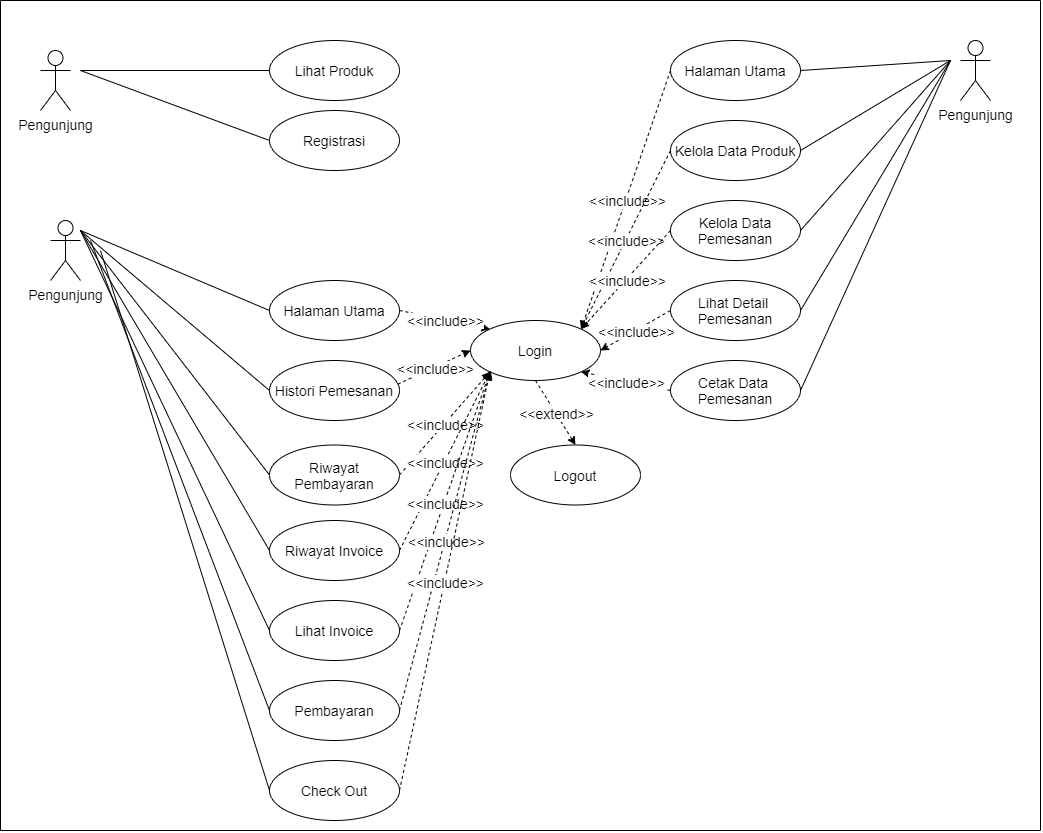
Earlier version of the draw.io export SKRIPSI ADITYA HIDAYATULLAH/ARSIP/USE CASE DIAGRAM/DESAIN DIAGRAM ADTYA HIDAYATULLAH-UCD.png (Khairul122/JK-WebEcommerce-ED). Source tidied: cells renumbered, new cells last; positions are measured from the earlier drawing's top-left corner, leaving out a move shared by most shapes. Its diagram source:
```xml
<mxGraphModel>
  <root>
    <mxCell id="0" />
    <mxCell id="1" parent="0" />
    <mxCell id="2" value="Pengunjung" style="shape=umlActor;verticalLabelPosition=bottom;verticalAlign=top;html=1;fontSize=14;" parent="1" vertex="1">
      <mxGeometry x="40" y="50" width="30" height="60" as="geometry" />
    </mxCell>
    <mxCell id="3" value="&lt;font style=&quot;font-size: 14px;&quot;&gt;Lihat Produk&lt;/font&gt;" style="ellipse;whiteSpace=wrap;html=1;fontSize=14;" parent="1" vertex="1">
      <mxGeometry x="269" y="40" width="130" height="60" as="geometry" />
    </mxCell>
    <mxCell id="4" style="endArrow=none;html=1;entryX=0;entryY=0.5;entryDx=0;entryDy=0;fontSize=14;" parent="1" edge="1" target="3">
      <mxGeometry relative="1" as="geometry">
        <mxPoint x="80" y="70" as="sourcePoint" />
      </mxGeometry>
    </mxCell>
    <mxCell id="5" value="Pengunjung" style="shape=umlActor;verticalLabelPosition=bottom;verticalAlign=top;html=1;fontSize=14;" parent="1" vertex="1">
      <mxGeometry x="960" y="40" width="30" height="60" as="geometry" />
    </mxCell>
    <mxCell id="6" value="&lt;font style=&quot;font-size: 14px;&quot;&gt;Registrasi&lt;/font&gt;" style="ellipse;whiteSpace=wrap;html=1;fontSize=14;" parent="1" vertex="1">
      <mxGeometry x="269" y="110" width="130" height="60" as="geometry" />
    </mxCell>
    <mxCell id="7" style="endArrow=none;html=1;entryX=0;entryY=0.5;entryDx=0;entryDy=0;fontSize=14;" parent="1" edge="1" target="6">
      <mxGeometry relative="1" as="geometry">
        <mxPoint x="80" y="70" as="sourcePoint" />
      </mxGeometry>
    </mxCell>
    <mxCell id="8" value="&lt;font style=&quot;font-size: 14px;&quot;&gt;Halaman Utama&lt;/font&gt;" style="ellipse;whiteSpace=wrap;html=1;fontSize=14;" parent="1" vertex="1">
      <mxGeometry x="269" y="280" width="130" height="60" as="geometry" />
    </mxCell>
    <mxCell id="9" style="endArrow=none;html=1;entryX=0;entryY=0.5;entryDx=0;entryDy=0;fontSize=14;" parent="1" edge="1" target="8">
      <mxGeometry relative="1" as="geometry">
        <mxPoint x="80" y="230" as="sourcePoint" />
      </mxGeometry>
    </mxCell>
    <mxCell id="10" value="&lt;font style=&quot;font-size: 14px;&quot;&gt;Histori Pemesanan&lt;/font&gt;" style="ellipse;whiteSpace=wrap;html=1;fontSize=14;" parent="1" vertex="1">
      <mxGeometry x="269" y="360" width="130" height="60" as="geometry" />
    </mxCell>
    <mxCell id="11" value="&lt;font style=&quot;font-size: 14px;&quot;&gt;Riwayat Pembayaran&lt;/font&gt;" style="ellipse;whiteSpace=wrap;html=1;fontSize=14;" parent="1" vertex="1">
      <mxGeometry x="269" y="444.5" width="130" height="60" as="geometry" />
    </mxCell>
    <mxCell id="12" value="&lt;font style=&quot;font-size: 14px;&quot;&gt;Riwayat Invoice&lt;/font&gt;" style="ellipse;whiteSpace=wrap;html=1;fontSize=14;" parent="1" vertex="1">
      <mxGeometry x="269" y="520" width="130" height="60" as="geometry" />
    </mxCell>
    <mxCell id="13" value="&lt;font style=&quot;font-size: 14px;&quot;&gt;Lihat Invoice&lt;/font&gt;" style="ellipse;whiteSpace=wrap;html=1;fontSize=14;" parent="1" vertex="1">
      <mxGeometry x="269" y="600" width="130" height="60" as="geometry" />
    </mxCell>
    <mxCell id="14" style="endArrow=none;html=1;entryX=0;entryY=0.5;entryDx=0;entryDy=0;fontSize=14;" parent="1" edge="1" target="10">
      <mxGeometry relative="1" as="geometry">
        <mxPoint x="80" y="230" as="sourcePoint" />
      </mxGeometry>
    </mxCell>
    <mxCell id="15" style="endArrow=none;html=1;entryX=0;entryY=0.5;entryDx=0;entryDy=0;fontSize=14;" parent="1" edge="1" target="11">
      <mxGeometry relative="1" as="geometry">
        <mxPoint x="80" y="230" as="sourcePoint" />
      </mxGeometry>
    </mxCell>
    <mxCell id="16" style="endArrow=none;html=1;entryX=0;entryY=0.5;entryDx=0;entryDy=0;fontSize=14;" parent="1" edge="1" target="12">
      <mxGeometry relative="1" as="geometry">
        <mxPoint x="80" y="230" as="sourcePoint" />
      </mxGeometry>
    </mxCell>
    <mxCell id="17" style="endArrow=none;html=1;entryX=0;entryY=0.5;entryDx=0;entryDy=0;fontSize=14;" parent="1" edge="1" target="13">
      <mxGeometry relative="1" as="geometry">
        <mxPoint x="80" y="230" as="sourcePoint" />
      </mxGeometry>
    </mxCell>
    <mxCell id="18" value="Pengunjung" style="shape=umlActor;verticalLabelPosition=bottom;verticalAlign=top;html=1;fontSize=14;" parent="1" vertex="1">
      <mxGeometry x="50" y="220" width="30" height="60" as="geometry" />
    </mxCell>
    <mxCell id="19" value="&lt;font style=&quot;font-size: 14px;&quot;&gt;Halaman Utama&lt;/font&gt;" style="ellipse;whiteSpace=wrap;html=1;fontSize=14;" parent="1" vertex="1">
      <mxGeometry x="670" y="40" width="130" height="60" as="geometry" />
    </mxCell>
    <mxCell id="20" style="endArrow=none;html=1;exitX=1;exitY=0.5;exitDx=0;exitDy=0;fontSize=14;" parent="1" edge="1" source="19">
      <mxGeometry relative="1" as="geometry">
        <mxPoint x="950" y="60" as="targetPoint" />
      </mxGeometry>
    </mxCell>
    <mxCell id="21" value="&lt;font style=&quot;font-size: 14px;&quot;&gt;Kelola Data Produk&lt;/font&gt;" style="ellipse;whiteSpace=wrap;html=1;fontSize=14;" parent="1" vertex="1">
      <mxGeometry x="670" y="120" width="130" height="60" as="geometry" />
    </mxCell>
    <mxCell id="22" value="&lt;font style=&quot;font-size: 14px;&quot;&gt;Kelola Data Pemesanan&lt;/font&gt;" style="ellipse;whiteSpace=wrap;html=1;fontSize=14;" parent="1" vertex="1">
      <mxGeometry x="670" y="200" width="130" height="60" as="geometry" />
    </mxCell>
    <mxCell id="23" value="&lt;font style=&quot;font-size: 14px;&quot;&gt;Lihat Detail &lt;br style=&quot;font-size: 14px;&quot;&gt;Pemesanan&lt;/font&gt;" style="ellipse;whiteSpace=wrap;html=1;fontSize=14;" parent="1" vertex="1">
      <mxGeometry x="670" y="280" width="130" height="60" as="geometry" />
    </mxCell>
    <mxCell id="24" value="&lt;font style=&quot;font-size: 14px;&quot;&gt;Cetak Data &lt;br style=&quot;font-size: 14px;&quot;&gt;Pemesanan&lt;/font&gt;" style="ellipse;whiteSpace=wrap;html=1;fontSize=14;" parent="1" vertex="1">
      <mxGeometry x="670" y="360" width="130" height="60" as="geometry" />
    </mxCell>
    <mxCell id="25" style="endArrow=none;html=1;exitX=1;exitY=0.5;exitDx=0;exitDy=0;fontSize=14;" parent="1" edge="1" source="21">
      <mxGeometry relative="1" as="geometry">
        <mxPoint x="950" y="60" as="targetPoint" />
      </mxGeometry>
    </mxCell>
    <mxCell id="26" style="endArrow=none;html=1;exitX=1;exitY=0.5;exitDx=0;exitDy=0;fontSize=14;" parent="1" edge="1" source="22">
      <mxGeometry relative="1" as="geometry">
        <mxPoint x="950" y="60" as="targetPoint" />
      </mxGeometry>
    </mxCell>
    <mxCell id="27" style="endArrow=none;html=1;exitX=1;exitY=0.5;exitDx=0;exitDy=0;fontSize=14;" parent="1" edge="1" source="23">
      <mxGeometry relative="1" as="geometry">
        <mxPoint x="950" y="60" as="targetPoint" />
      </mxGeometry>
    </mxCell>
    <mxCell id="28" style="endArrow=none;html=1;exitX=1;exitY=0.5;exitDx=0;exitDy=0;fontSize=14;" parent="1" edge="1" source="24">
      <mxGeometry relative="1" as="geometry">
        <mxPoint x="950" y="60" as="targetPoint" />
      </mxGeometry>
    </mxCell>
    <mxCell id="29" value="&lt;font style=&quot;font-size: 14px;&quot;&gt;Login&lt;/font&gt;" style="ellipse;whiteSpace=wrap;html=1;fontSize=14;" parent="1" vertex="1">
      <mxGeometry x="470" y="320" width="130" height="60" as="geometry" />
    </mxCell>
    <mxCell id="30" style="endArrow=classic;html=1;dashed=1;exitX=1;exitY=0.5;exitDx=0;exitDy=0;entryX=0;entryY=0;entryDx=0;entryDy=0;fontSize=14;" parent="1" edge="1" source="8" target="29">
      <mxGeometry relative="1" as="geometry" />
    </mxCell>
    <mxCell id="31" value="&amp;lt;&amp;lt;include&amp;gt;&amp;gt;" style="edgeLabel;html=1;align=center;verticalAlign=middle;fontSize=14;" parent="30" vertex="1">
      <mxGeometry relative="1" as="geometry" />
    </mxCell>
    <mxCell id="32" style="endArrow=classic;html=1;dashed=1;exitX=0.987;exitY=0.394;exitDx=0;exitDy=0;entryX=0;entryY=0.5;entryDx=0;entryDy=0;exitPerimeter=0;fontSize=14;" parent="1" edge="1" source="10" target="29">
      <mxGeometry relative="1" as="geometry" />
    </mxCell>
    <mxCell id="33" value="&amp;lt;&amp;lt;include&amp;gt;&amp;gt;" style="edgeLabel;html=1;align=center;verticalAlign=middle;fontSize=14;" parent="32" vertex="1">
      <mxGeometry relative="1" as="geometry" />
    </mxCell>
    <mxCell id="34" style="endArrow=classic;html=1;dashed=1;exitX=1;exitY=0.5;exitDx=0;exitDy=0;entryX=0;entryY=1;entryDx=0;entryDy=0;fontSize=14;" parent="1" edge="1" source="11" target="29">
      <mxGeometry relative="1" as="geometry" />
    </mxCell>
    <mxCell id="35" value="&amp;lt;&amp;lt;include&amp;gt;&amp;gt;" style="edgeLabel;html=1;align=center;verticalAlign=middle;fontSize=14;" parent="34" vertex="1">
      <mxGeometry relative="1" as="geometry" />
    </mxCell>
    <mxCell id="36" style="endArrow=classic;html=1;dashed=1;exitX=1;exitY=0.5;exitDx=0;exitDy=0;entryX=0;entryY=1;entryDx=0;entryDy=0;fontSize=14;" parent="1" edge="1" source="12" target="29">
      <mxGeometry relative="1" as="geometry" />
    </mxCell>
    <mxCell id="37" value="&amp;lt;&amp;lt;include&amp;gt;&amp;gt;" style="edgeLabel;html=1;align=center;verticalAlign=middle;fontSize=14;" parent="36" vertex="1">
      <mxGeometry relative="1" as="geometry" />
    </mxCell>
    <mxCell id="38" style="endArrow=classic;html=1;dashed=1;exitX=1;exitY=0.5;exitDx=0;exitDy=0;entryX=0;entryY=1;entryDx=0;entryDy=0;fontSize=14;" parent="1" edge="1" source="13" target="29">
      <mxGeometry relative="1" as="geometry" />
    </mxCell>
    <mxCell id="39" value="&amp;lt;&amp;lt;include&amp;gt;&amp;gt;" style="edgeLabel;html=1;align=center;verticalAlign=middle;fontSize=14;" parent="38" vertex="1">
      <mxGeometry relative="1" as="geometry" />
    </mxCell>
    <mxCell id="40" style="endArrow=classic;html=1;dashed=1;exitX=0;exitY=0.5;exitDx=0;exitDy=0;entryX=1;entryY=0;entryDx=0;entryDy=0;fontSize=14;" parent="1" edge="1" source="19" target="29">
      <mxGeometry relative="1" as="geometry" />
    </mxCell>
    <mxCell id="41" value="&amp;lt;&amp;lt;include&amp;gt;&amp;gt;" style="edgeLabel;html=1;align=center;verticalAlign=middle;fontSize=14;" parent="40" vertex="1">
      <mxGeometry relative="1" as="geometry" />
    </mxCell>
    <mxCell id="42" style="endArrow=classic;html=1;dashed=1;exitX=0;exitY=0.5;exitDx=0;exitDy=0;entryX=1;entryY=0;entryDx=0;entryDy=0;fontSize=14;" parent="1" edge="1" source="21" target="29">
      <mxGeometry relative="1" as="geometry" />
    </mxCell>
    <mxCell id="43" value="&amp;lt;&amp;lt;include&amp;gt;&amp;gt;" style="edgeLabel;html=1;align=center;verticalAlign=middle;fontSize=14;" parent="42" vertex="1">
      <mxGeometry relative="1" as="geometry" />
    </mxCell>
    <mxCell id="44" style="endArrow=classic;html=1;dashed=1;exitX=0;exitY=0.5;exitDx=0;exitDy=0;entryX=1;entryY=0;entryDx=0;entryDy=0;fontSize=14;" parent="1" edge="1" source="22" target="29">
      <mxGeometry relative="1" as="geometry" />
    </mxCell>
    <mxCell id="45" value="&amp;lt;&amp;lt;include&amp;gt;&amp;gt;" style="edgeLabel;html=1;align=center;verticalAlign=middle;fontSize=14;" parent="44" vertex="1">
      <mxGeometry relative="1" as="geometry" />
    </mxCell>
    <mxCell id="46" style="endArrow=classic;html=1;dashed=1;exitX=0;exitY=0.5;exitDx=0;exitDy=0;entryX=1;entryY=0.5;entryDx=0;entryDy=0;fontSize=14;" parent="1" edge="1" source="23" target="29">
      <mxGeometry relative="1" as="geometry" />
    </mxCell>
    <mxCell id="47" value="&amp;lt;&amp;lt;include&amp;gt;&amp;gt;" style="edgeLabel;html=1;align=center;verticalAlign=middle;fontSize=14;" parent="46" vertex="1">
      <mxGeometry relative="1" as="geometry" />
    </mxCell>
    <mxCell id="48" style="endArrow=classic;html=1;dashed=1;exitX=0;exitY=0.5;exitDx=0;exitDy=0;entryX=1;entryY=1;entryDx=0;entryDy=0;fontSize=14;" parent="1" edge="1" source="24" target="29">
      <mxGeometry relative="1" as="geometry" />
    </mxCell>
    <mxCell id="49" value="&amp;lt;&amp;lt;include&amp;gt;&amp;gt;" style="edgeLabel;html=1;align=center;verticalAlign=middle;fontSize=14;" parent="48" vertex="1">
      <mxGeometry relative="1" as="geometry" />
    </mxCell>
    <mxCell id="50" value="&lt;font style=&quot;font-size: 14px;&quot;&gt;Logout&lt;/font&gt;" style="ellipse;whiteSpace=wrap;html=1;fontSize=14;" parent="1" vertex="1">
      <mxGeometry x="510" y="444.5" width="130" height="60" as="geometry" />
    </mxCell>
    <mxCell id="51" style="endArrow=classic;html=1;dashed=1;exitX=0.5;exitY=1;exitDx=0;exitDy=0;entryX=0.5;entryY=0;entryDx=0;entryDy=0;fontSize=14;" parent="1" edge="1" source="29" target="50">
      <mxGeometry relative="1" as="geometry" />
    </mxCell>
    <mxCell id="52" value="&amp;lt;&amp;lt;extend&amp;gt;&amp;gt;" style="edgeLabel;html=1;align=center;verticalAlign=middle;fontSize=14;" parent="51" vertex="1">
      <mxGeometry relative="1" as="geometry" />
    </mxCell>
    <mxCell id="53" style="endArrow=none;html=1;fontSize=14;" parent="1" edge="1">
      <mxGeometry relative="1" as="geometry">
        <mxPoint y="830" as="sourcePoint" />
        <mxPoint as="targetPoint" />
      </mxGeometry>
    </mxCell>
    <mxCell id="54" style="endArrow=none;html=1;fontSize=14;" parent="1" edge="1">
      <mxGeometry relative="1" as="geometry">
        <mxPoint x="1040" y="830" as="sourcePoint" />
        <mxPoint x="1040" as="targetPoint" />
      </mxGeometry>
    </mxCell>
    <mxCell id="55" style="endArrow=none;html=1;fontSize=14;" parent="1" edge="1">
      <mxGeometry relative="1" as="geometry">
        <mxPoint x="1040" y="830" as="sourcePoint" />
        <mxPoint y="830" as="targetPoint" />
      </mxGeometry>
    </mxCell>
    <mxCell id="56" style="endArrow=none;html=1;fontSize=14;" parent="1" edge="1">
      <mxGeometry relative="1" as="geometry">
        <mxPoint x="1040" as="sourcePoint" />
        <mxPoint as="targetPoint" />
      </mxGeometry>
    </mxCell>
    <mxCell id="57" value="&lt;font style=&quot;font-size: 14px&quot;&gt;Pembayaran&lt;/font&gt;" style="ellipse;whiteSpace=wrap;html=1;fontSize=14;" parent="1" vertex="1">
      <mxGeometry x="269" y="680" width="130" height="60" as="geometry" />
    </mxCell>
    <mxCell id="58" value="&lt;font style=&quot;font-size: 14px&quot;&gt;Check Out&lt;/font&gt;" style="ellipse;whiteSpace=wrap;html=1;fontSize=14;" parent="1" vertex="1">
      <mxGeometry x="269" y="760" width="130" height="60" as="geometry" />
    </mxCell>
    <mxCell id="59" style="endArrow=none;html=1;entryX=0;entryY=0.5;entryDx=0;entryDy=0;fontSize=14;" parent="1" edge="1" target="57">
      <mxGeometry relative="1" as="geometry">
        <mxPoint x="90" y="240" as="sourcePoint" />
      </mxGeometry>
    </mxCell>
    <mxCell id="60" style="endArrow=none;html=1;entryX=0;entryY=0.5;entryDx=0;entryDy=0;fontSize=14;" parent="1" edge="1" target="58">
      <mxGeometry relative="1" as="geometry">
        <mxPoint x="100" y="250" as="sourcePoint" />
      </mxGeometry>
    </mxCell>
    <mxCell id="61" style="endArrow=classic;html=1;dashed=1;exitX=1;exitY=0.5;exitDx=0;exitDy=0;fontSize=14;" parent="1" edge="1" source="57">
      <mxGeometry relative="1" as="geometry">
        <mxPoint x="490" y="370" as="targetPoint" />
      </mxGeometry>
    </mxCell>
    <mxCell id="62" value="&amp;lt;&amp;lt;include&amp;gt;&amp;gt;" style="edgeLabel;html=1;align=center;verticalAlign=middle;fontSize=14;" parent="61" vertex="1">
      <mxGeometry relative="1" as="geometry" />
    </mxCell>
    <mxCell id="63" style="endArrow=classic;html=1;dashed=1;exitX=1;exitY=0.5;exitDx=0;exitDy=0;entryX=0;entryY=1;entryDx=0;entryDy=0;fontSize=14;" parent="1" edge="1" source="58" target="29">
      <mxGeometry relative="1" as="geometry" />
    </mxCell>
    <mxCell id="64" value="&amp;lt;&amp;lt;include&amp;gt;&amp;gt;" style="edgeLabel;html=1;align=center;verticalAlign=middle;fontSize=14;" parent="63" vertex="1">
      <mxGeometry relative="1" as="geometry" />
    </mxCell>
  </root>
</mxGraphModel>
```
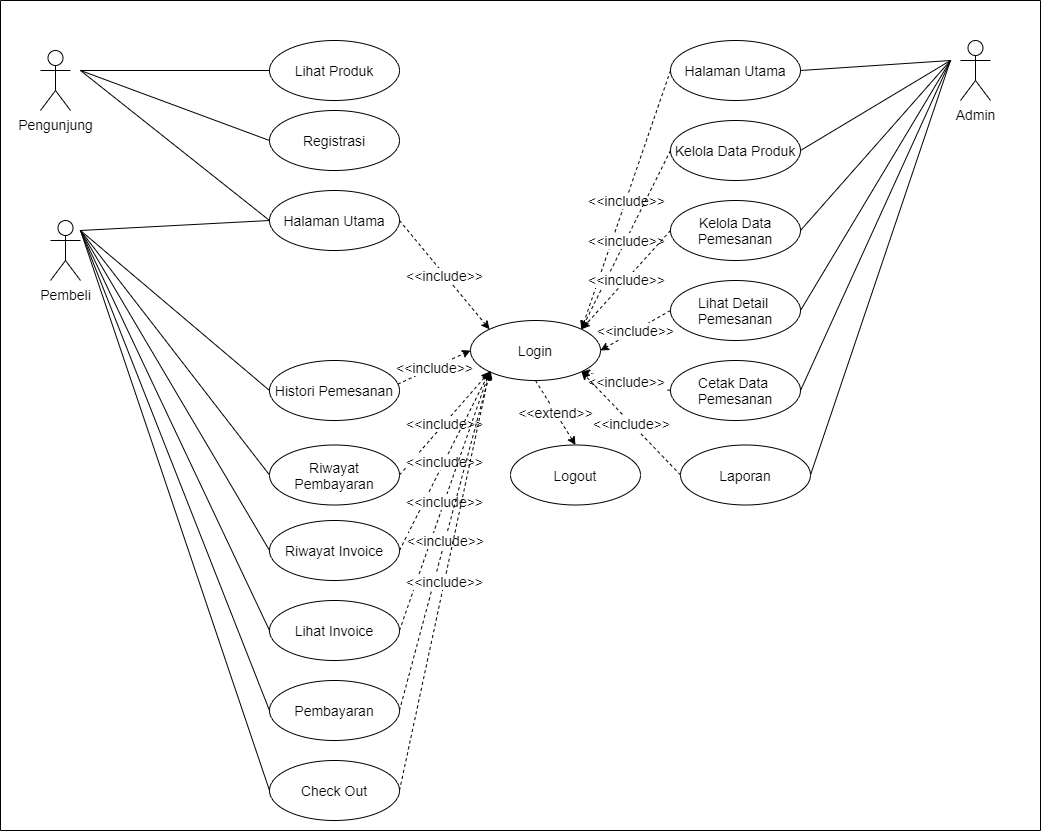
Later version of the same file.

What changed in the source:
```diff
@@ -13,7 +13,7 @@
         <mxPoint x="80" y="70" as="sourcePoint" />
       </mxGeometry>
     </mxCell>
-    <mxCell id="5" value="Pengunjung" style="shape=umlActor;verticalLabelPosition=bottom;verticalAlign=top;html=1;fontSize=14;" parent="1" vertex="1">
+    <mxCell id="5" value="Admin" style="shape=umlActor;verticalLabelPosition=bottom;verticalAlign=top;html=1;fontSize=14;" parent="1" vertex="1">
       <mxGeometry x="960" y="40" width="30" height="60" as="geometry" />
     </mxCell>
     <mxCell id="6" value="&lt;font style=&quot;font-size: 14px;&quot;&gt;Registrasi&lt;/font&gt;" style="ellipse;whiteSpace=wrap;html=1;fontSize=14;" parent="1" vertex="1">
@@ -25,11 +25,11 @@
       </mxGeometry>
     </mxCell>
     <mxCell id="8" value="&lt;font style=&quot;font-size: 14px;&quot;&gt;Halaman Utama&lt;/font&gt;" style="ellipse;whiteSpace=wrap;html=1;fontSize=14;" parent="1" vertex="1">
-      <mxGeometry x="269" y="280" width="130" height="60" as="geometry" />
+      <mxGeometry x="269" y="190" width="130" height="60" as="geometry" />
     </mxCell>
     <mxCell id="9" style="endArrow=none;html=1;entryX=0;entryY=0.5;entryDx=0;entryDy=0;fontSize=14;" parent="1" edge="1" target="8">
       <mxGeometry relative="1" as="geometry">
-        <mxPoint x="80" y="230" as="sourcePoint" />
+        <mxPoint x="80" y="70" as="sourcePoint" />
       </mxGeometry>
     </mxCell>
     <mxCell id="10" value="&lt;font style=&quot;font-size: 14px;&quot;&gt;Histori Pemesanan&lt;/font&gt;" style="ellipse;whiteSpace=wrap;html=1;fontSize=14;" parent="1" vertex="1">
@@ -64,7 +64,7 @@
         <mxPoint x="80" y="230" as="sourcePoint" />
       </mxGeometry>
     </mxCell>
-    <mxCell id="18" value="Pengunjung" style="shape=umlActor;verticalLabelPosition=bottom;verticalAlign=top;html=1;fontSize=14;" parent="1" vertex="1">
+    <mxCell id="18" value="Pembeli" style="shape=umlActor;verticalLabelPosition=bottom;verticalAlign=top;html=1;fontSize=14;" parent="1" vertex="1">
       <mxGeometry x="50" y="220" width="30" height="60" as="geometry" />
     </mxCell>
     <mxCell id="19" value="&lt;font style=&quot;font-size: 14px;&quot;&gt;Halaman Utama&lt;/font&gt;" style="ellipse;whiteSpace=wrap;html=1;fontSize=14;" parent="1" vertex="1">
@@ -211,12 +211,12 @@
     </mxCell>
     <mxCell id="59" style="endArrow=none;html=1;entryX=0;entryY=0.5;entryDx=0;entryDy=0;fontSize=14;" parent="1" edge="1" target="57">
       <mxGeometry relative="1" as="geometry">
-        <mxPoint x="90" y="240" as="sourcePoint" />
+        <mxPoint x="80" y="230" as="sourcePoint" />
       </mxGeometry>
     </mxCell>
     <mxCell id="60" style="endArrow=none;html=1;entryX=0;entryY=0.5;entryDx=0;entryDy=0;fontSize=14;" parent="1" edge="1" target="58">
       <mxGeometry relative="1" as="geometry">
-        <mxPoint x="100" y="250" as="sourcePoint" />
+        <mxPoint x="80" y="230" as="sourcePoint" />
       </mxGeometry>
     </mxCell>
     <mxCell id="61" style="endArrow=classic;html=1;dashed=1;exitX=1;exitY=0.5;exitDx=0;exitDy=0;fontSize=14;" parent="1" edge="1" source="57">
@@ -233,5 +233,24 @@
     <mxCell id="64" value="&amp;lt;&amp;lt;include&amp;gt;&amp;gt;" style="edgeLabel;html=1;align=center;verticalAlign=middle;fontSize=14;" parent="63" vertex="1">
       <mxGeometry relative="1" as="geometry" />
     </mxCell>
+    <mxCell id="65" style="endArrow=none;html=1;entryX=0;entryY=0.5;entryDx=0;entryDy=0;fontSize=14;" parent="1" edge="1" target="8">
+      <mxGeometry relative="1" as="geometry">
+        <mxPoint x="80" y="230" as="sourcePoint" />
+      </mxGeometry>
+    </mxCell>
+    <mxCell id="66" value="Laporan" style="ellipse;whiteSpace=wrap;html=1;fontSize=14;" parent="1" vertex="1">
+      <mxGeometry x="680" y="444.5" width="130" height="60" as="geometry" />
+    </mxCell>
+    <mxCell id="67" style="endArrow=none;html=1;exitX=1;exitY=0.5;exitDx=0;exitDy=0;fontSize=14;" parent="1" edge="1" source="66">
+      <mxGeometry relative="1" as="geometry">
+        <mxPoint x="950" y="60" as="targetPoint" />
+      </mxGeometry>
+    </mxCell>
+    <mxCell id="68" style="endArrow=classic;html=1;dashed=1;exitX=0;exitY=0.5;exitDx=0;exitDy=0;entryX=1;entryY=1;entryDx=0;entryDy=0;fontSize=14;" parent="1" edge="1" source="66" target="29">
+      <mxGeometry relative="1" as="geometry" />
+    </mxCell>
+    <mxCell id="69" value="&amp;lt;&amp;lt;include&amp;gt;&amp;gt;" style="edgeLabel;html=1;align=center;verticalAlign=middle;fontSize=14;" parent="68" vertex="1">
+      <mxGeometry relative="1" as="geometry" />
+    </mxCell>
   </root>
 </mxGraphModel>
```
